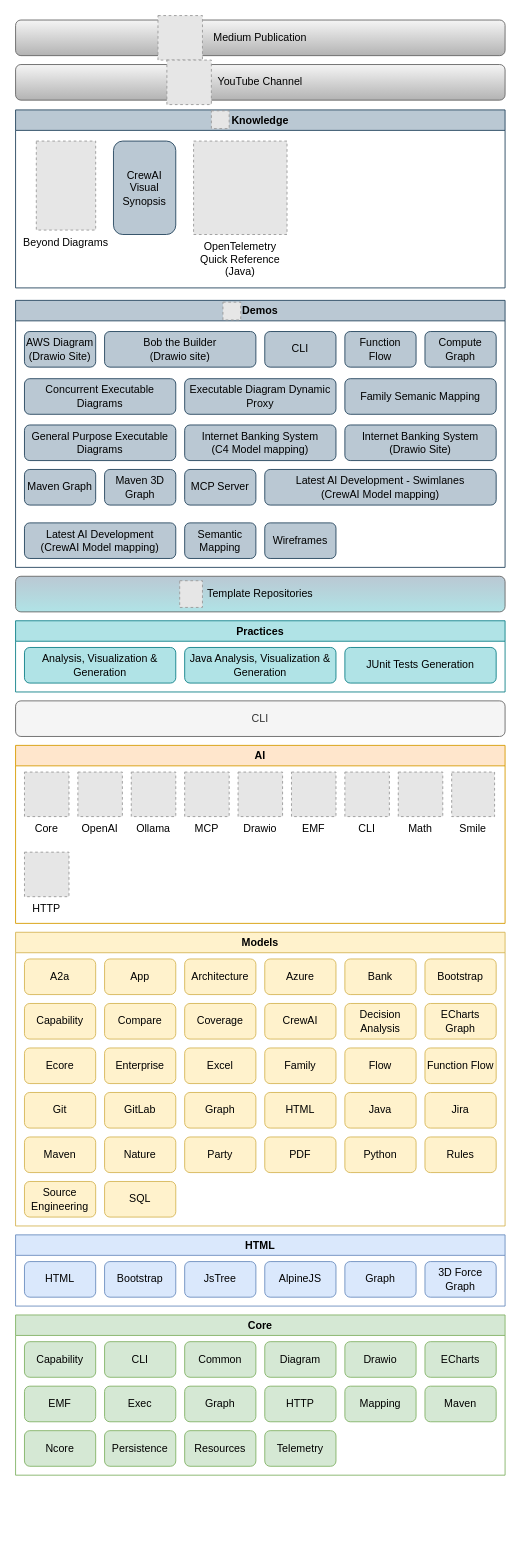
Above: model/nasdanika.drawio in Nasdanika/nasdanika.github.io (draw.io), before the change. Source tidied: cells renumbered, new cells numbered last; positions are measured from the earlier drawing's top-left corner, leaving out a move shared by most shapes. Both pictures are drawn from the tidied source at 89%, with x=0, y=0 at pixel (15, 15). Pictures stored in the file or linked from it are replaced by grey dashed boxes.
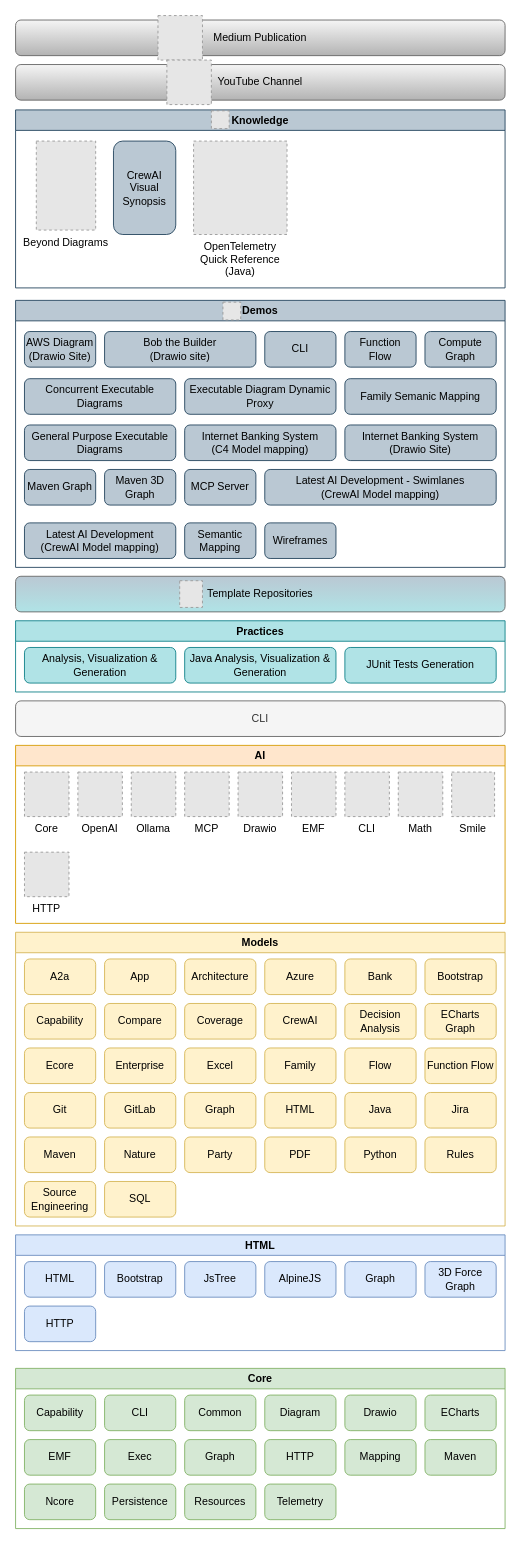
Above is the later version.

Diff of the diagram source:
```diff
@@
     <mxCell id="2" value="Core" style="swimlane;whiteSpace=wrap;html=1;fillColor=#d5e8d4;strokeColor=#82b366;" parent="1" vertex="1">
-      <mxGeometry y="1460" width="550" height="180" as="geometry" />
+      <mxGeometry y="1520" width="550" height="180" as="geometry" />
     </mxCell>
@@
     <mxCell id="19" value="HTML" style="swimlane;whiteSpace=wrap;html=1;fillColor=#dae8fc;strokeColor=#6c8ebf;" parent="1" vertex="1">
-      <mxGeometry y="1370" width="550" height="80" as="geometry" />
+      <mxGeometry y="1370" width="550" height="130" as="geometry" />
     </mxCell>
@@
+    <mxCell id="106" value="HTTP" style="rounded=1;whiteSpace=wrap;html=1;fillColor=#dae8fc;strokeColor=#6c8ebf;" parent="19" vertex="1">
+      <mxGeometry x="10" y="80" width="80" height="40" as="geometry" />
+    </mxCell>
```
